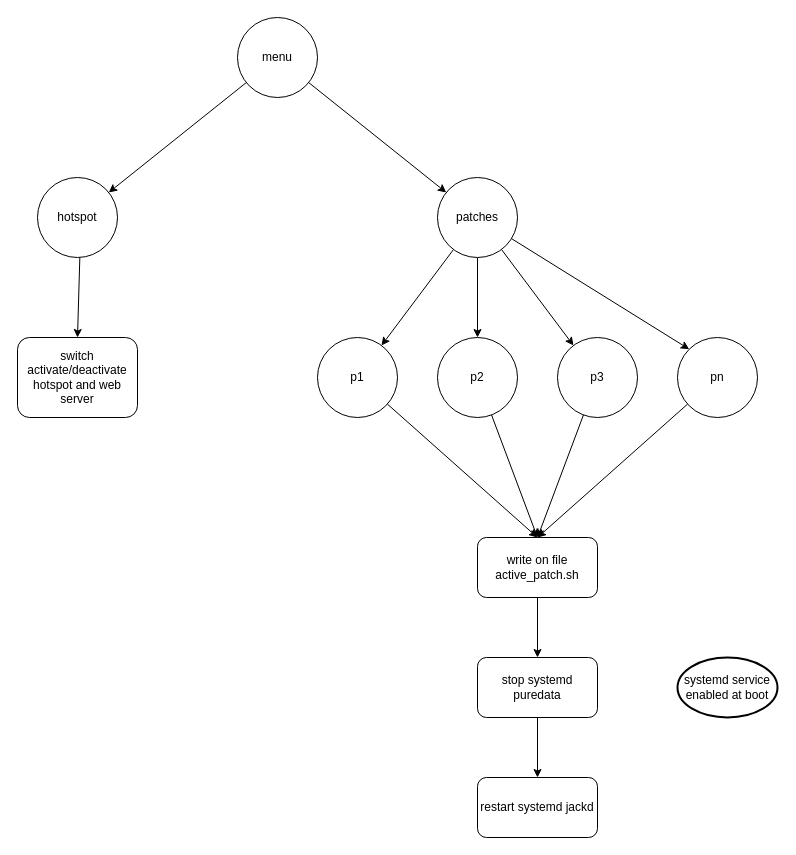
Before: schema.drawio in leminrock/ssd1306, a draw.io diagram. Source tidied: cells renumbered, new cells numbered last; positions are measured from the earlier drawing's top-left corner, leaving out a move shared by most shapes. Both pictures are drawn from the tidied source at 100%, with x=0, y=0 at pixel (17, 17).
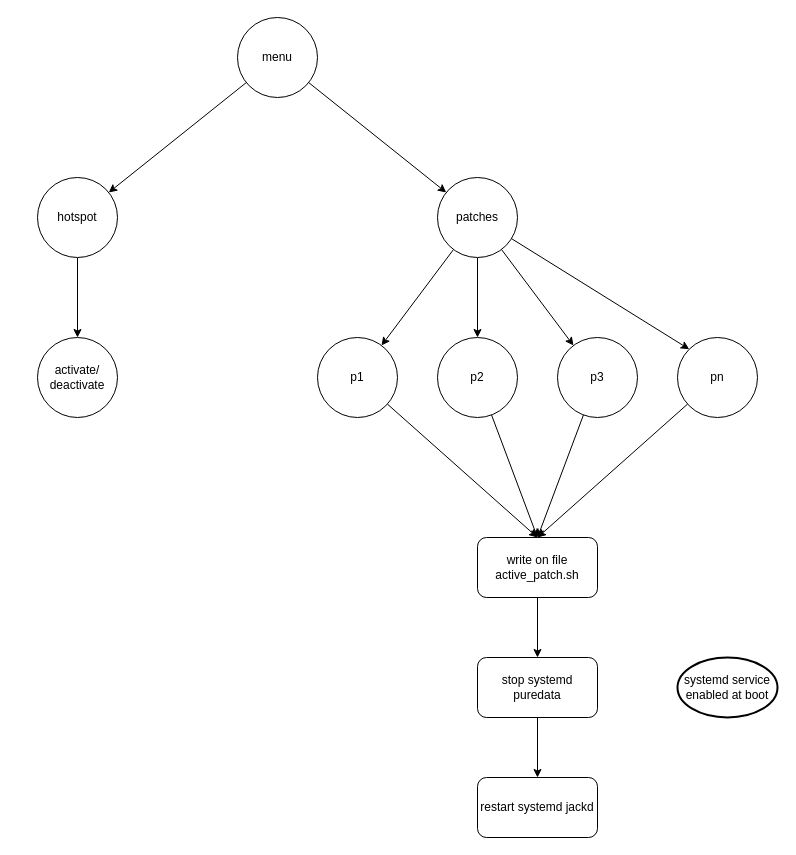
After the change.

The change refers to these unchanged cells:
```xml
<mxCell id="6" value="hotspot" style="ellipse;whiteSpace=wrap;html=1;" parent="1" vertex="1">
  <mxGeometry x="20" y="160" width="80" height="80" as="geometry" />
</mxCell>
```

Diff of the diagram source:
```diff
@@
-    <mxCell id="5" style="edgeStyle=none;rounded=0;jettySize=auto;html=1;" parent="1" edge="1" source="6" target="20">
-      <mxGeometry relative="1" as="geometry" />
-    </mxCell>
+    <mxCell id="27" style="edgeStyle=orthogonalEdgeStyle;rounded=0;jettySize=auto;html=1;" parent="1" edge="1" source="6" target="28">
+      <mxGeometry relative="1" as="geometry" />
+    </mxCell>
@@
-    <mxCell id="20" value="switch activate/deactivate hotspot and web server" style="rounded=1;whiteSpace=wrap;html=1;" parent="1" vertex="1">
-      <mxGeometry y="320" width="120" height="80" as="geometry" />
-    </mxCell>
@@
+    <mxCell id="28" value="activate/&lt;br&gt;deactivate" style="ellipse;whiteSpace=wrap;html=1;" parent="1" vertex="1">
+      <mxGeometry x="20" y="320" width="80" height="80" as="geometry" />
+    </mxCell>
```
